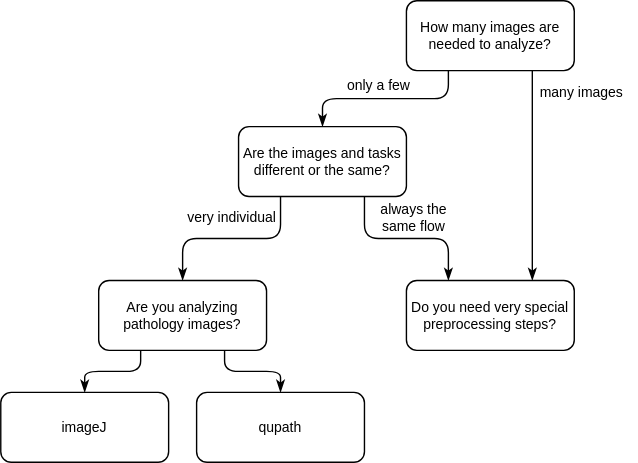
Above: doc/decission_matrix.drawio.svg in joda01/imagec (draw.io), before the change. Source tidied: cells renumbered, new cells last; positions are measured from the earlier drawing's top-left corner, leaving out a move shared by most shapes.
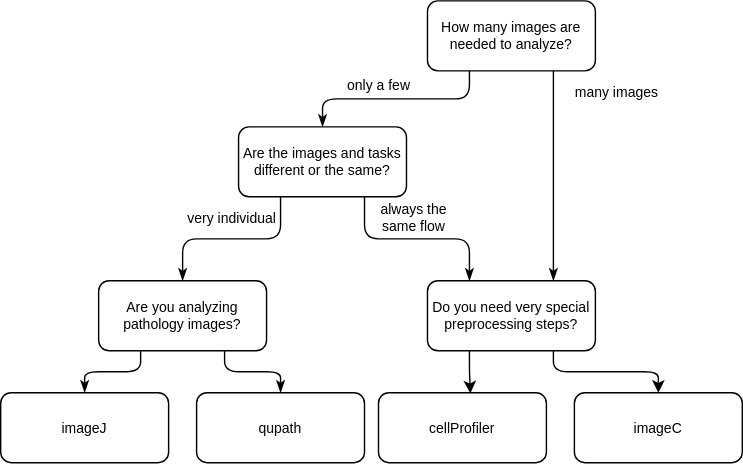
Above is the later version.

What changed in the source:
```diff
@@ -9,7 +9,7 @@
       <mxGeometry relative="1" as="geometry" />
     </mxCell>
     <mxCell id="4" value="How many images are needed to analyze?" style="rounded=1;whiteSpace=wrap;html=1;fontSize=10;" parent="1" vertex="1">
-      <mxGeometry x="290" width="120" height="50" as="geometry" />
+      <mxGeometry x="305" width="120" height="50" as="geometry" />
     </mxCell>
     <mxCell id="5" style="edgeStyle=orthogonalEdgeStyle;html=1;exitX=0.75;exitY=1;exitDx=0;exitDy=0;entryX=0.25;entryY=0;entryDx=0;entryDy=0;fontSize=10;endArrow=classicThin;endFill=1;" parent="1" edge="1" source="7" target="9">
       <mxGeometry relative="1" as="geometry" />
@@ -23,8 +23,14 @@
     <mxCell id="8" value="only a few" style="text;html=1;align=center;verticalAlign=middle;strokeColor=none;fillColor=none;fontSize=10;" parent="1" vertex="1">
       <mxGeometry x="235" y="45" width="70" height="30" as="geometry" />
     </mxCell>
+    <mxCell id="18" style="edgeStyle=orthogonalEdgeStyle;html=1;exitX=0.25;exitY=1;exitDx=0;exitDy=0;entryX=0.547;entryY=0.009;entryDx=0;entryDy=0;entryPerimeter=0;" parent="1" edge="1" source="9" target="20">
+      <mxGeometry relative="1" as="geometry" />
+    </mxCell>
+    <mxCell id="19" style="edgeStyle=orthogonalEdgeStyle;html=1;exitX=0.75;exitY=1;exitDx=0;exitDy=0;entryX=0.5;entryY=0;entryDx=0;entryDy=0;" parent="1" edge="1" source="9" target="21">
+      <mxGeometry relative="1" as="geometry" />
+    </mxCell>
     <mxCell id="9" value="Do you need very special preprocessing steps?" style="rounded=1;whiteSpace=wrap;html=1;fontSize=10;" parent="1" vertex="1">
-      <mxGeometry x="290" y="200" width="120" height="50" as="geometry" />
+      <mxGeometry x="305" y="200" width="120" height="50" as="geometry" />
     </mxCell>
     <mxCell id="10" style="edgeStyle=orthogonalEdgeStyle;html=1;exitX=0.25;exitY=1;exitDx=0;exitDy=0;entryX=0.5;entryY=0;entryDx=0;entryDy=0;fontSize=10;endArrow=classicThin;endFill=1;" parent="1" edge="1" source="12" target="14">
       <mxGeometry relative="1" as="geometry" />
@@ -45,10 +51,16 @@
       <mxGeometry x="140" y="280" width="120" height="50" as="geometry" />
     </mxCell>
     <mxCell id="16" value="many images" style="text;html=1;align=center;verticalAlign=middle;strokeColor=none;fillColor=none;fontSize=10;" parent="1" vertex="1">
-      <mxGeometry x="375" y="50" width="80" height="30" as="geometry" />
+      <mxGeometry x="400" y="50" width="80" height="30" as="geometry" />
     </mxCell>
     <mxCell id="17" value="always the &lt;br&gt;same flow" style="text;html=1;align=center;verticalAlign=middle;strokeColor=none;fillColor=none;fontSize=10;" parent="1" vertex="1">
       <mxGeometry x="260" y="135" width="70" height="40" as="geometry" />
     </mxCell>
+    <mxCell id="20" value="&lt;div style=&quot;&quot;&gt;cellProfiler&lt;br&gt;&lt;/div&gt;" style="rounded=1;whiteSpace=wrap;html=1;fontSize=10;align=center;" parent="1" vertex="1">
+      <mxGeometry x="270" y="280" width="120" height="50" as="geometry" />
+    </mxCell>
+    <mxCell id="21" value="&lt;div style=&quot;&quot;&gt;imageC&lt;br&gt;&lt;/div&gt;" style="rounded=1;whiteSpace=wrap;html=1;fontSize=10;align=center;" parent="1" vertex="1">
+      <mxGeometry x="410" y="280" width="120" height="50" as="geometry" />
+    </mxCell>
   </root>
 </mxGraphModel>
```
